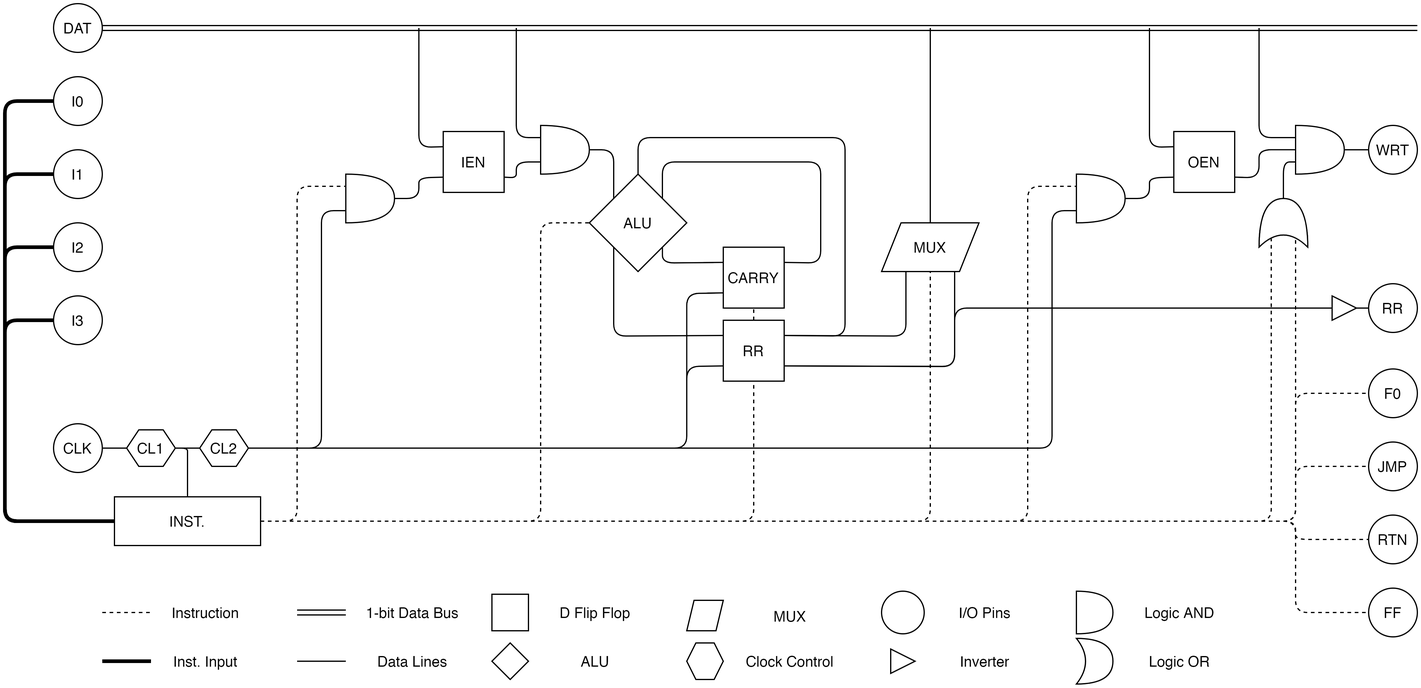
Above: Reference/UE14500_Arch_labels.png in Nakazoto/UEVTC (draw.io), before the change. Source tidied: cells renumbered, new cells last; positions are measured from the earlier drawing's top-left corner, leaving out a move shared by most shapes.
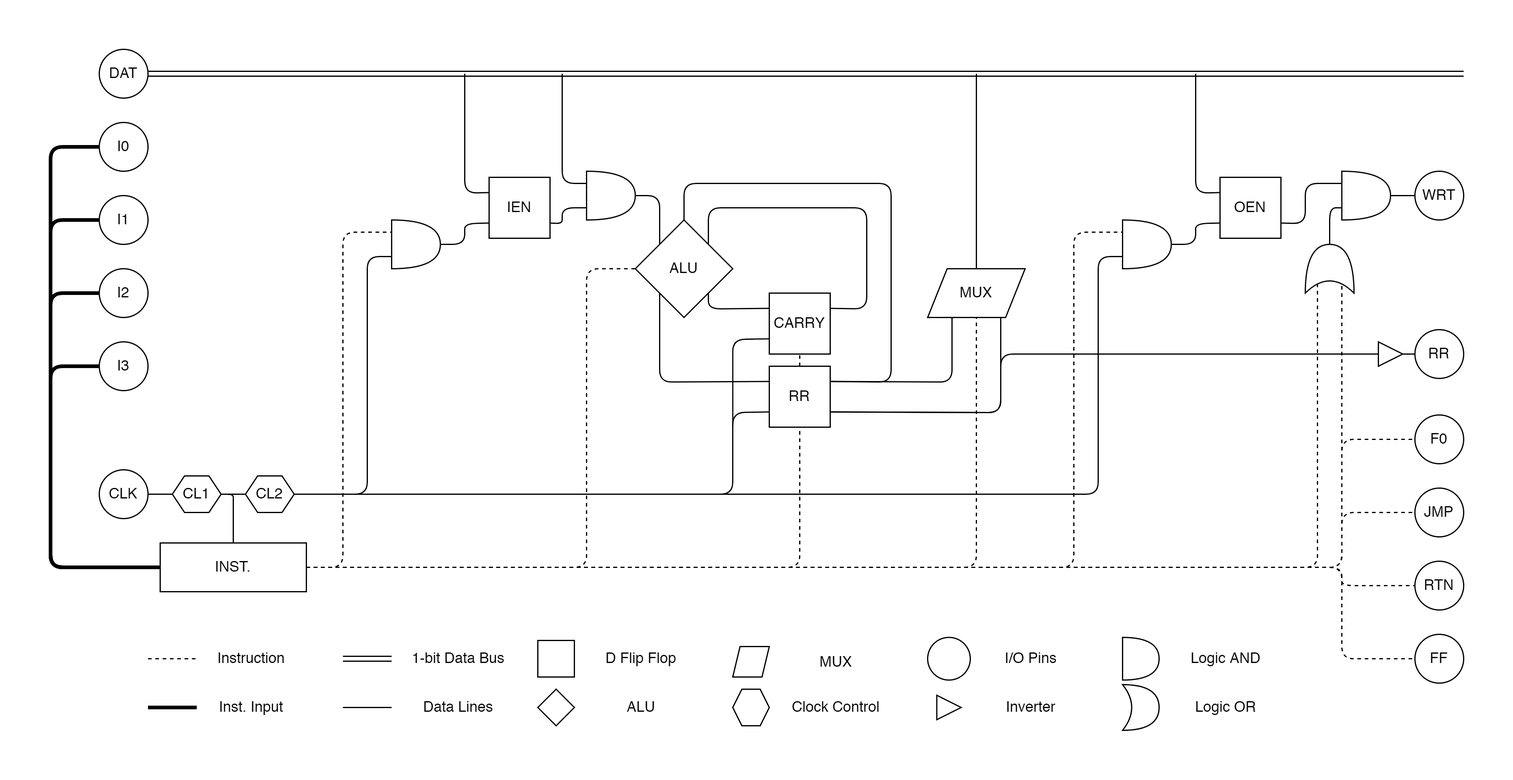
Later version of the same file.

What changed in the source:
```diff
@@ -260,19 +260,11 @@
         </Array>
       </mxGeometry>
     </mxCell>
-    <mxCell id="47" style="endArrow=none;html=1;entryX=0;entryY=0.25;entryDx=0;entryDy=0;entryPerimeter=0;" parent="1" edge="1" target="13">
-      <mxGeometry relative="1" as="geometry">
-        <mxPoint x="1030" y="20" as="sourcePoint" />
-        <Array as="points">
-          <mxPoint x="1030" y="110" />
-        </Array>
-      </mxGeometry>
-    </mxCell>
-    <mxCell id="48" style="endArrow=none;html=1;entryX=0;entryY=0.5;entryDx=0;entryDy=0;entryPerimeter=0;exitX=1;exitY=0.75;exitDx=0;exitDy=0;" parent="1" edge="1" source="10" target="13">
+    <mxCell id="48" style="endArrow=none;html=1;entryX=0;entryY=0.25;entryDx=0;entryDy=0;entryPerimeter=0;exitX=1;exitY=0.75;exitDx=0;exitDy=0;" parent="1" edge="1" source="10" target="13">
       <mxGeometry relative="1" as="geometry">
         <Array as="points">
           <mxPoint x="1030" y="143" />
-          <mxPoint x="1030" y="120" />
+          <mxPoint x="1030" y="110" />
         </Array>
       </mxGeometry>
     </mxCell>
```
